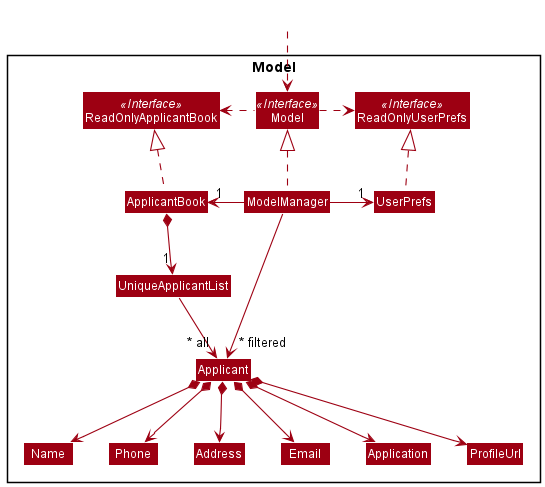
This is docs/images/ModelClassDiagram.png from nus-cs2103-AY2122S1/tp, a PlantUML export, as it was before one commit.
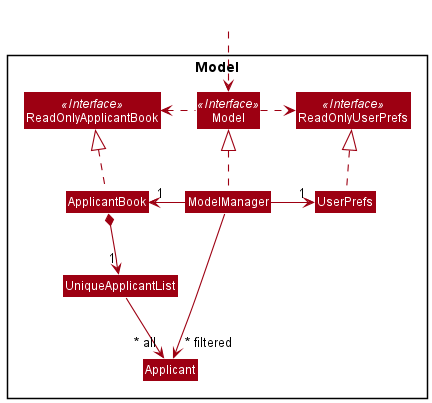
After the change.

Commit message:
Update Storage Class Diagram

Change to the diagram source:
```diff
@@ -18,12 +18,6 @@
 
 Class UniqueApplicantList
 Class Applicant
-Class Email
-Class Name
-Class Phone
-Class Address
-Class Application
-Class ProfileUrl
 
 }
 Class HiddenOutside #FFFFFF
@@ -40,16 +34,6 @@
 
 ApplicantBook *--> "1" UniqueApplicantList
 UniqueApplicantList --> "~* all" Applicant
-Applicant *--> Name
-Applicant *--> Phone
-Applicant *--> Email
-Applicant *--> Address
-Applicant *--> Application
-Applicant *--> ProfileUrl
-
-Name -[hidden]right-> Phone
-Phone -[hidden]right-> Address
-Address -[hidden]right-> Email
 
 ModelManager -->"~* filtered" Applicant
 @enduml
```
